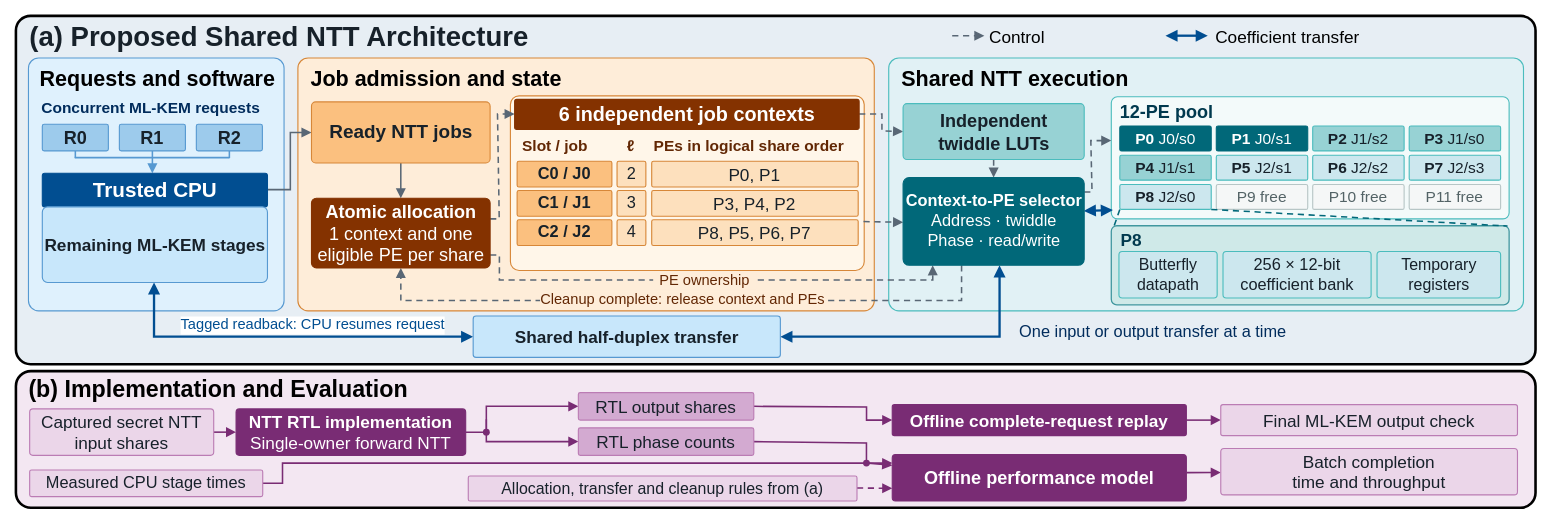
Earlier version of the draw.io diagram all/DAC2026/MaskVirt_fig2.drawio (ZKY6662017/iodraw-files). Source tidied: cells renumbered, new cells numbered last; positions are measured from the earlier drawing's top-left corner, leaving out a move shared by most shapes. Both pictures are drawn from the tidied source at 86%, with x=0, y=0 at pixel (15, 15).
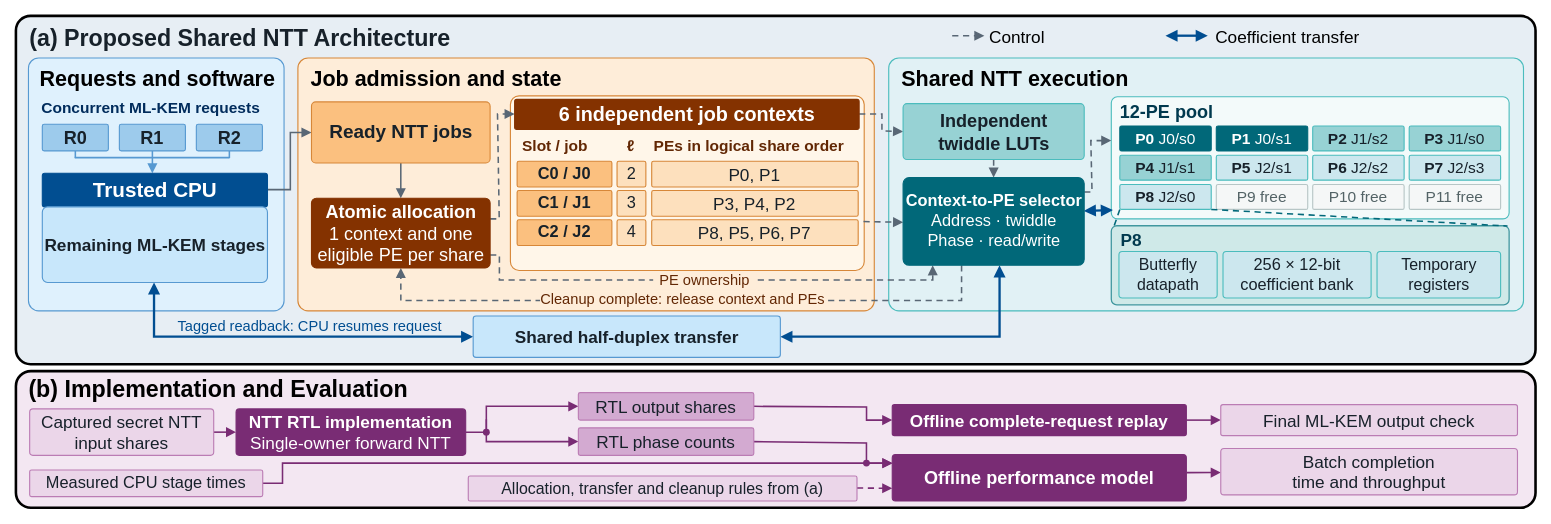
The same page after the edit.

The change refers to these unchanged cells:
```xml
<mxCell id="49" value="&lt;b&gt;Remaining ML-KEM stages&lt;/b&gt;" style="html=1;whiteSpace=wrap;align=center;verticalAlign=middle;fontFamily=Helvetica;fontSize=20;fontColor=#17212A;spacing=1;fillColor=#C8E7FB;strokeColor=#5799D1;strokeWidth=1.3;rounded=1;arcSize=7;" parent="1" vertex="1">
  <mxGeometry x="30.7" y="222" width="261.8" height="88" as="geometry" />
</mxCell>
<mxCell id="86" value="&lt;b&gt;Shared half-duplex transfer&lt;/b&gt;" style="html=1;whiteSpace=wrap;align=center;verticalAlign=middle;fontFamily=Helvetica;fontSize=20;fontColor=#17212A;spacing=1;fillColor=#C8E7FB;strokeColor=#5799D1;strokeWidth=1.3;rounded=1;arcSize=7;" parent="1" vertex="1">
  <mxGeometry x="531.7" y="349" width="357.2" height="48" as="geometry" />
</mxCell>
<mxCell id="92" value="RTL phase counts" style="html=1;whiteSpace=wrap;align=center;verticalAlign=middle;fontFamily=Helvetica;fontSize=20;fontColor=#17212A;spacing=1;fillColor=#D3AAD1;strokeColor=#BB7CB4;strokeWidth=1.3;rounded=1;arcSize=7;" parent="1" vertex="1">
  <mxGeometry x="654" y="479" width="204" height="32" as="geometry" />
</mxCell>
<mxCell id="95" value="&lt;b&gt;Offline performance model&lt;/b&gt;" style="html=1;whiteSpace=wrap;align=center;verticalAlign=middle;fontFamily=Helvetica;fontSize=21;fontColor=#FFFFFF;spacing=1;fillColor=#792C74;strokeColor=#792C74;strokeWidth=1.3;rounded=1;arcSize=7;" parent="1" vertex="1">
  <mxGeometry x="1019" y="510" width="342" height="54" as="geometry" />
</mxCell>
```

Diff of the diagram source:
```diff
@@
-    <mxCell id="3" style="html=1;whiteSpace=wrap;align=center;verticalAlign=middle;fontFamily=Helvetica;fontSize=22;fontColor=#17212A;spacing=1;fillColor=#DFF1FD;strokeColor=#5799D1;strokeWidth=1.3;rounded=1;arcSize=4;" parent="1" vertex="1">
+    <mxCell id="3" style="html=1;whiteSpace=wrap;align=center;verticalAlign=middle;fontFamily=Helvetica;fontSize=22;fontColor=#17212A;spacing=1;fillColor=#DFF1FD;strokeColor=#5799D1;strokeWidth=1.3;rounded=1;arcSize=4;roundedPerimeter=1;" parent="1" vertex="1">
       <mxGeometry x="14.6" y="49" width="297.2" height="294" as="geometry" />
     </mxCell>
@@
-    <mxCell id="27" value="Tagged readback: CPU resumes request" style="html=1;edgeStyle=none;rounded=0;strokeColor=#014E91;strokeWidth=2.7;align=center;verticalAlign=middle;fontFamily=Helvetica;fontSize=17;fontColor=#014E91;dashed=0;dashPattern=4 3;startArrow=block;endArrow=block;startFill=1;endFill=1;startSize=7;endSize=7;exitX=0.49624;exitY=1.00000;exitPerimeter=0;entryX=0.00000;entryY=0.50000;entryPerimeter=0;" parent="1" edge="1" source="49" target="86">
-      <mxGeometry x="0.14" relative="1" as="geometry">
+    <mxCell id="27" style="html=1;edgeStyle=none;rounded=0;strokeColor=#014E91;strokeWidth=2.7;align=center;verticalAlign=middle;fontFamily=Helvetica;fontSize=17;fontColor=#014E91;dashed=0;dashPattern=4 3;startArrow=block;endArrow=block;startFill=1;endFill=1;startSize=7;endSize=7;exitX=0.49624;exitY=1.00000;exitPerimeter=0;entryX=0.00000;entryY=0.50000;entryPerimeter=0;" parent="1" edge="1" source="49" target="86">
+      <mxGeometry x="0.14" y="13" relative="1" as="geometry">
         <Array as="points">
           <mxPoint x="160.6" y="373" />
         </Array>
-        <mxPoint y="-13" as="offset" />
       </mxGeometry>
     </mxCell>
@@
-    <mxCell id="34" style="html=1;edgeStyle=none;rounded=0;strokeColor=#792C74;strokeWidth=1.8;dashed=0;dashPattern=4 3;startArrow=none;endArrow=block;startFill=1;endFill=1;startSize=7;endSize=7;exitX=1.00000;exitY=0.50000;exitPerimeter=0;entryX=0.00000;entryY=0.23256;entryPerimeter=0;" parent="1" edge="1" source="92" target="95">
+    <mxCell id="34" style="html=1;edgeStyle=none;rounded=0;strokeColor=#792C74;strokeWidth=1.8;dashed=0;dashPattern=4 3;startArrow=none;endArrow=block;startFill=1;endFill=1;startSize=7;endSize=7;exitX=1.00000;exitY=0.50000;exitPerimeter=0;entryX=0.001;entryY=0.19;entryPerimeter=0;entryDx=0;entryDy=0;" parent="1" edge="1" source="92" target="95">
       <mxGeometry relative="1" as="geometry">
         <Array as="points">
           <mxPoint x="989" y="496.7" />
           <mxPoint x="989" y="520" />
         </Array>
       </mxGeometry>
     </mxCell>
@@
-    <mxCell id="38" value="(a)  Proposed Shared NTT Architecture" style="html=1;whiteSpace=wrap;align=left;verticalAlign=middle;fontFamily=Helvetica;fontSize=32;fontColor=#17212A;spacing=1;fillColor=none;strokeColor=none;strokeWidth=1.3;rounded=1;arcSize=7;fontStyle=1;" parent="1" vertex="1">
+    <mxCell id="38" value="&lt;font style=&quot;font-size: 27px;&quot;&gt;(a)  Proposed Shared NTT Architecture&lt;/font&gt;" style="html=1;whiteSpace=wrap;align=left;verticalAlign=middle;fontFamily=Helvetica;fontSize=32;fontColor=#17212A;spacing=1;fillColor=none;strokeColor=none;strokeWidth=1.3;rounded=1;arcSize=7;fontStyle=1;" parent="1" vertex="1">
       <mxGeometry x="15" y="5" width="777.5" height="40" as="geometry" />
     </mxCell>
@@
-    <mxCell id="87" value="One input or output transfer at a time" style="html=1;whiteSpace=wrap;align=left;verticalAlign=middle;fontFamily=Helvetica;fontSize=19;fontColor=#012C5C;spacing=1;fillColor=none;strokeColor=none;strokeWidth=1.3;rounded=1;arcSize=7;fontStyle=0;" parent="1" vertex="1">
-      <mxGeometry x="1165.5" y="350" width="568.8" height="35" as="geometry" />
-    </mxCell>
-    <mxCell id="88" value="(b)  Implementation and Evaluation" style="html=1;whiteSpace=wrap;align=left;verticalAlign=middle;fontFamily=Helvetica;fontSize=27;fontColor=#000000;spacing=1;fillColor=none;strokeColor=none;strokeWidth=1.3;rounded=1;arcSize=7;fontStyle=1;" parent="1" vertex="1">
+    <mxCell id="88" value="&lt;font&gt;(b)  Implementation and Evaluation&lt;/font&gt;" style="html=1;whiteSpace=wrap;align=left;verticalAlign=middle;fontFamily=Helvetica;fontSize=27;fontColor=#000000;spacing=1;fillColor=none;strokeColor=none;strokeWidth=1.3;rounded=1;arcSize=7;fontStyle=1;" parent="1" vertex="1">
       <mxGeometry x="14" y="418" width="1005" height="33" as="geometry" />
     </mxCell>
@@
+    <mxCell id="102" value="&lt;span style=&quot;color: rgb(1, 78, 145); font-size: 17px; white-space: nowrap;&quot;&gt;Tagged readback: CPU resumes request&lt;/span&gt;" style="text;html=1;whiteSpace=wrap;strokeColor=none;fillColor=none;align=center;verticalAlign=middle;rounded=0;" parent="1" vertex="1">
+      <mxGeometry x="197.1" y="347" width="290" height="30" as="geometry" />
+    </mxCell>
```
